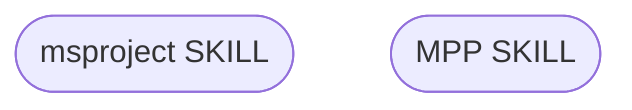
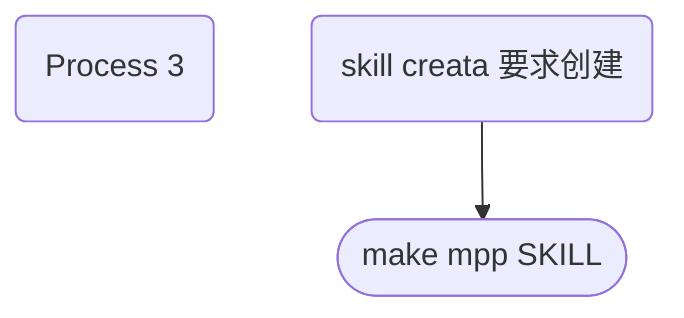
flowchart TD
-   n_0(["msproject SKILL"])
-   n_1(["MPP SKILL"])
+   n_0(["make mpp SKILL"])
+   n_1("Process 3")
+   n_2("skill  creata 要求创建")
+   n_2 --> n_0
